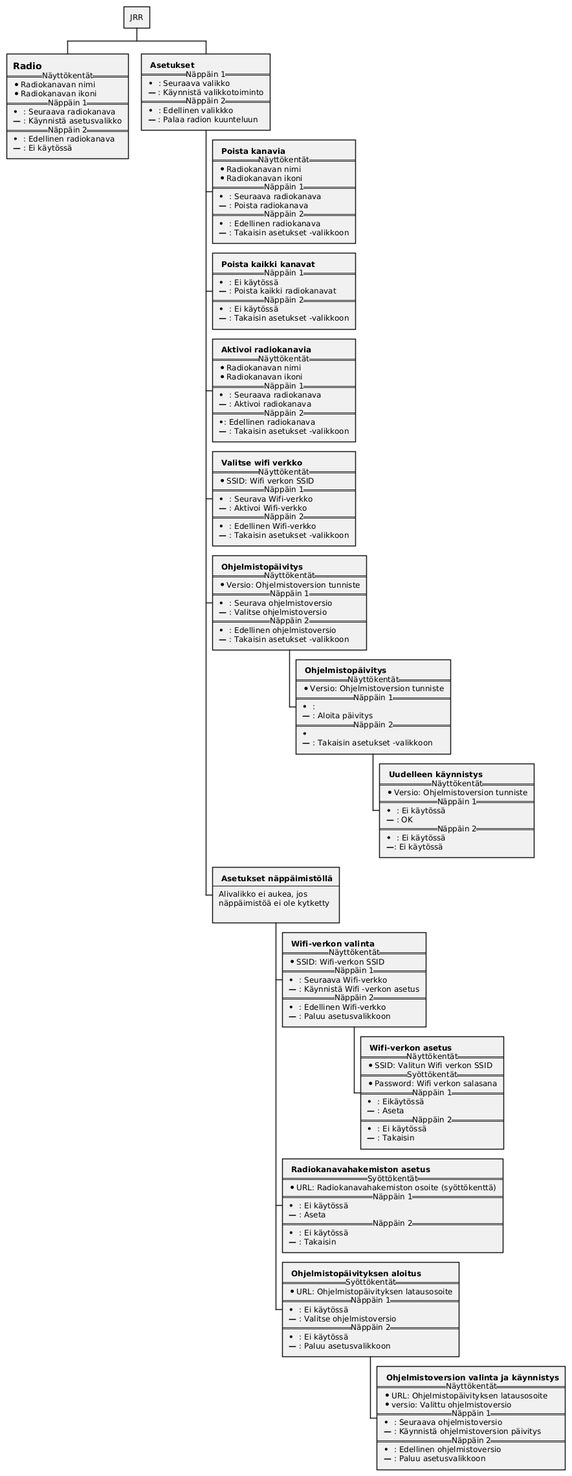
This is pics/jrr-menu.png from jarjuk/jrr, a PlantUML export, as it was before one commit. The source it was exported from:
```plantuml
@startwbs
* JRR
**:== Radio
==Näyttökentät==
* Radiokanavan nimi
* Radiokanavan ikoni
==Näppäin 1==
**<U+2022><U+00A0><U+00A0>**: Seuraava radiokanava
**<U+2014>** : Käynnistä asetusvalikko
==Näppäin 2==
**<U+2022><U+00A0><U+00A0>**: Edellinen radiokanava
**<U+2014>** : Ei käytössä;


**: **Asetukset**
==Näppäin 1==
**<U+2022><U+00A0><U+00A0>**: Seuraava valikko
**<U+2014>** : Käynnistä valikkotoiminto
==Näppäin 2==
**<U+2022><U+00A0><U+00A0>**: Edellinen valikkko
**<U+2014>** : Palaa radion kuunteluun;

***: **Poista kanavia**
==Näyttökentät==
* Radiokanavan nimi
* Radiokanavan ikoni
==Näppäin 1==
**<U+2022><U+00A0><U+00A0>**: Seuraava radiokanava
**<U+2014>** : Poista radiokanava
==Näppäin 2==
**<U+2022><U+00A0><U+00A0>**: Edellinen radiokanava
**<U+2014>** : Takaisin asetukset -valikkoon;

***: **Poista kaikki kanavat**
==Näppäin 1==
**<U+2022><U+00A0><U+00A0>**: Ei käytössä
**<U+2014>** : Poista kaikki radiokanavat
==Näppäin 2==
**<U+2022><U+00A0><U+00A0>**: Ei käytössä
**<U+2014>** : Takaisin asetukset -valikkoon;

***: **Aktivoi radiokanavia**
==Näyttökentät==
* Radiokanavan nimi
* Radiokanavan ikoni
==Näppäin 1==
**<U+2022><U+00A0><U+00A0>**: Seuraava radiokanava
**<U+2014>** : Aktivoi radiokanava
==Näppäin 2==
**<U+2022>**: Edellinen radiokanava
**<U+2014>** : Takaisin asetukset -valikkoon;

***: **Valitse wifi verkko**
==Näyttökentät==
* SSID: Wifi verkon SSID
==Näppäin 1==
**<U+2022><U+00A0><U+00A0>**: Seurava Wifi-verkko
**<U+2014>** : Aktivoi Wifi-verkko
==Näppäin 2==
**<U+2022><U+00A0><U+00A0>**: Edellinen Wifi-verkko
**<U+2014>** : Takaisin asetukset -valikkoon;


***: **Ohjelmistopäivitys**
==Näyttökentät==
* Versio: Ohjelmistoversion tunniste
==Näppäin 1==
**<U+2022><U+00A0><U+00A0>**: Seurava ohjelmistoversio
**<U+2014>** : Valitse ohjelmistoversio
==Näppäin 2==
**<U+2022><U+00A0><U+00A0>**: Edellinen ohjelmistoversio
**<U+2014>** : Takaisin asetukset -valikkoon;

****: **Ohjelmistopäivitys**
==Näyttökentät==
* Versio: Ohjelmistoversion tunniste
==Näppäin 1==
**<U+2022><U+00A0><U+00A0>**:
**<U+2014>** : Aloita päivitys
==Näppäin 2==
**<U+2022><U+00A0><U+00A0>**
**<U+2014>** : Takaisin asetukset -valikkoon;

*****: **Uudelleen käynnistys**
==Näyttökentät==
* Versio: Ohjelmistoversion tunniste
==Näppäin 1==
**<U+2022><U+00A0><U+00A0>**: Ei käytössä
**<U+2014>** : OK
==Näppäin 2==
**<U+2022><U+00A0><U+00A0>**: Ei käytössä
**<U+2014>**: Ei käytössä;




***: **Asetukset näppäimistöllä**
----
Alivalikko ei aukea, jos
näppäimistöä ei ole kytketty
;
****: **Wifi-verkon valinta**
==Näyttökentät==
* SSID: Wifi-verkon SSID
==Näppäin 1==
**<U+2022><U+00A0><U+00A0>**: Seuraava Wifi-verkko
**<U+2014>** : Käynnistä Wifi -verkon asetus
==Näppäin 2==
**<U+2022><U+00A0><U+00A0>**: Edellinen Wifi-verkko
**<U+2014>** : Paluu asetusvalikkoon;
*****: **Wifi-verkon asetus**
==Näyttökentät==
* SSID: Valitun Wifi verkon SSID
==Syöttökentät==
* Password: Wifi verkon salasana
==Näppäin 1==
**<U+2022><U+00A0><U+00A0>**: Eikäytössä
**<U+2014>** : Aseta
==Näppäin 2==
**<U+2022><U+00A0><U+00A0>**: Ei käytössä
**<U+2014>** : Takaisin;
****: **Radiokanavahakemiston asetus**
==Syöttökentät==
* URL: Radiokanavahakemiston osoite (syöttökenttä)
==Näppäin 1==
**<U+2022><U+00A0><U+00A0>**: Ei käytössä
**<U+2014>** : Aseta
==Näppäin 2==
**<U+2022><U+00A0><U+00A0>**: Ei käytössä
**<U+2014>** : Takaisin;

****: **Ohjelmistopäivityksen aloitus**
==Syöttökentät==
* URL: Ohjelmistopäivityksen latausosoite
==Näppäin 1==
**<U+2022><U+00A0><U+00A0>**: Ei käytössä
**<U+2014>** : Valitse ohjelmistoversio
==Näppäin 2==
**<U+2022><U+00A0><U+00A0>**: Ei käytössä
**<U+2014>** : Paluu asetusvalikkoon;

*****: **Ohjelmistoversion valinta ja käynnistys**
==Näyttökentät==
* URL: Ohjelmistopäivityksen latausosoite
* versio: Valittu ohjelmistoversio
==Näppäin 1==
**<U+2022><U+00A0><U+00A0>**: Seuraava ohjelmistoversio
**<U+2014>** : Käynnistä ohjelmistoversion päivitys
==Näppäin 2==
**<U+2022><U+00A0><U+00A0>**: Edellinen ohjelmistoversio
**<U+2014>** : Paluu asetusvalikkoon;

@endwbs
```
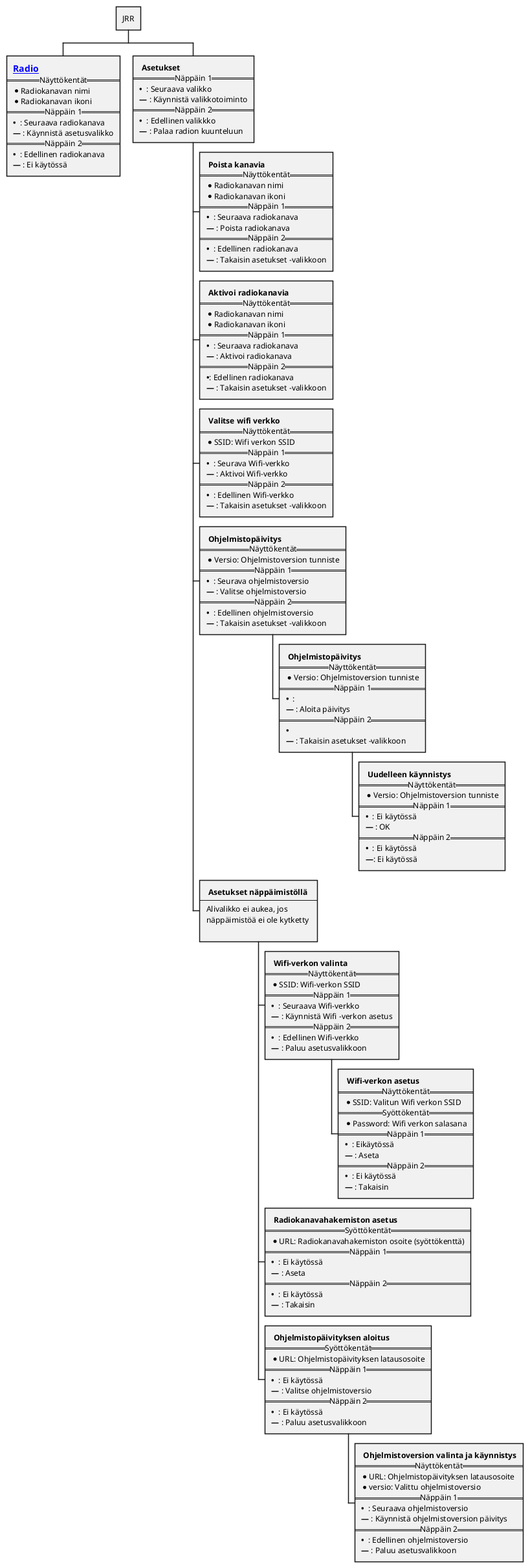
The same file after the commit.

Change to the diagram source:
```diff
@@ -1,6 +1,6 @@
 @startwbs
 * JRR
-**:== Radio
+**:== [[pics-keep/screenshots/jrr-01-radio-stream.png Radio]]
 ==Näyttökentät==
 * Radiokanavan nimi
 * Radiokanavan ikoni
@@ -31,13 +31,6 @@
 **<U+2022><U+00A0><U+00A0>**: Edellinen radiokanava
 **<U+2014>** : Takaisin asetukset -valikkoon;
 
-***: **Poista kaikki kanavat**
-==Näppäin 1==
-**<U+2022><U+00A0><U+00A0>**: Ei käytössä
-**<U+2014>** : Poista kaikki radiokanavat
-==Näppäin 2==
-**<U+2022><U+00A0><U+00A0>**: Ei käytössä
-**<U+2014>** : Takaisin asetukset -valikkoon;
 
 ***: **Aktivoi radiokanavia**
 ==Näyttökentät==
```
